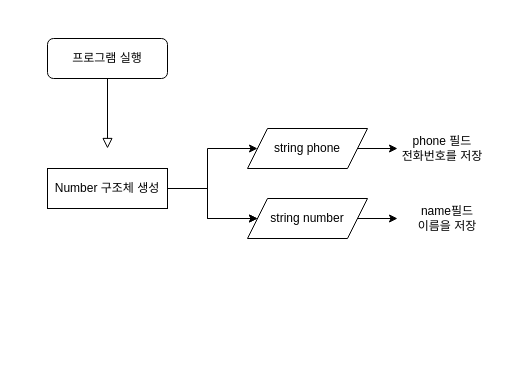
This is 소프트웨어공학 과제.drawio from kgr5013/kgr5013, a draw.io file, before an edit. Source tidied: cells renumbered, new cells numbered last; positions are measured from the earlier drawing's top-left corner, leaving out a move shared by most shapes. Both pictures are drawn from the tidied source at 100%, with x=0, y=0 at pixel (47, 38).
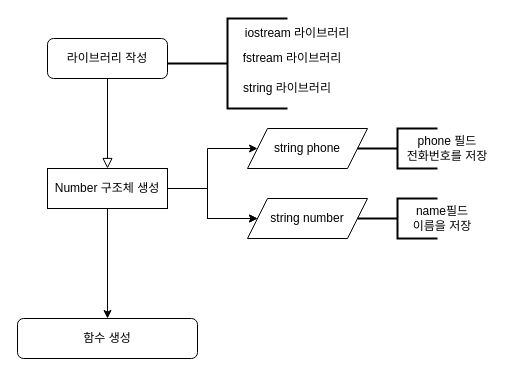
After the change.

Commit message:
소프트웨어공학 과제.drawio 업데이트

The change refers to these unchanged cells:
```xml
<mxCell id="7" value="Number 구조체 생성" style="rounded=0;whiteSpace=wrap;html=1;" parent="1" vertex="1">
  <mxGeometry y="130" width="120" height="40" as="geometry" />
</mxCell>
<mxCell id="9" value="string phone" style="shape=parallelogram;perimeter=parallelogramPerimeter;whiteSpace=wrap;html=1;fixedSize=1;" parent="1" vertex="1">
  <mxGeometry x="200" y="90" width="120" height="40" as="geometry" />
</mxCell>
<mxCell id="12" value="string number" style="shape=parallelogram;perimeter=parallelogramPerimeter;whiteSpace=wrap;html=1;fixedSize=1;direction=east;" parent="1" vertex="1">
  <mxGeometry x="200" y="160" width="120" height="40" as="geometry" />
</mxCell>
```

Diff of the diagram source:
```diff
@@
-    <mxCell id="2" style="rounded=0;html=1;jettySize=auto;fontSize=11;endArrow=block;endFill=0;endSize=8;strokeWidth=1;shadow=0;labelBackgroundColor=none;edgeStyle=orthogonalEdgeStyle;" parent="1" edge="1" source="3">
-      <mxGeometry relative="1" as="geometry">
-        <mxPoint x="60" y="110" as="targetPoint" />
-        <Array as="points">
-          <mxPoint x="60" y="110" />
-          <mxPoint x="60" y="110" />
-        </Array>
-      </mxGeometry>
+    <mxCell id="2" style="rounded=0;html=1;jettySize=auto;fontSize=11;endArrow=block;endFill=0;endSize=8;strokeWidth=1;shadow=0;labelBackgroundColor=none;edgeStyle=orthogonalEdgeStyle;entryX=0.5;entryY=0;entryDx=0;entryDy=0;" parent="1" edge="1" source="3" target="7">
+      <mxGeometry relative="1" as="geometry" />
     </mxCell>
-    <mxCell id="3" value="프로그램 실행" style="rounded=1;whiteSpace=wrap;html=1;fontSize=12;glass=0;strokeWidth=1;shadow=0;" parent="1" vertex="1">
+    <mxCell id="3" value="라이브러리 작성" style="rounded=1;whiteSpace=wrap;html=1;fontSize=12;glass=0;strokeWidth=1;shadow=0;" parent="1" vertex="1">
       <mxGeometry width="120" height="40" as="geometry" />
     </mxCell>
@@
+    <mxCell id="15" style="edgeStyle=orthogonalEdgeStyle;rounded=0;jettySize=auto;html=1;" parent="1" edge="1" source="7" target="22">
+      <mxGeometry relative="1" as="geometry" />
+    </mxCell>
@@
-    <mxCell id="8" style="edgeStyle=orthogonalEdgeStyle;rounded=0;jettySize=auto;html=1;" parent="1" edge="1" source="9" target="13">
-      <mxGeometry relative="1" as="geometry" />
-    </mxCell>
@@
-    <mxCell id="11" style="edgeStyle=orthogonalEdgeStyle;rounded=0;jettySize=auto;html=1;" parent="1" edge="1" source="12" target="14">
-      <mxGeometry relative="1" as="geometry" />
-    </mxCell>
@@
     <mxCell id="13" value="phone 필드&lt;div&gt;전화번호를 저장&lt;/div&gt;" style="text;html=1;align=center;verticalAlign=middle;whiteSpace=wrap;rounded=0;" parent="1" vertex="1">
-      <mxGeometry x="350" y="95" width="90" height="30" as="geometry" />
+      <mxGeometry x="355" y="95" width="90" height="30" as="geometry" />
     </mxCell>
     <mxCell id="14" value="name필드&lt;div&gt;이름을 저장&lt;/div&gt;" style="text;html=1;align=center;verticalAlign=middle;whiteSpace=wrap;rounded=0;" parent="1" vertex="1">
-      <mxGeometry x="350" y="165" width="100" height="30" as="geometry" />
+      <mxGeometry x="345" y="165" width="100" height="30" as="geometry" />
     </mxCell>
+    <mxCell id="16" style="strokeWidth=2;html=1;shape=mxgraph.flowchart.annotation_2;align=left;labelPosition=right;" parent="1" vertex="1">
+      <mxGeometry x="310" y="160" width="80" height="40" as="geometry" />
+    </mxCell>
+    <mxCell id="17" style="strokeWidth=2;html=1;shape=mxgraph.flowchart.annotation_2;align=left;labelPosition=right;" parent="1" vertex="1">
+      <mxGeometry x="310" y="90" width="80" height="40" as="geometry" />
+    </mxCell>
+    <mxCell id="18" value="iostream 라이브러리" style="text;html=1;align=center;verticalAlign=middle;whiteSpace=wrap;rounded=0;" parent="1" vertex="1">
+      <mxGeometry x="190" y="-20" width="120" height="30" as="geometry" />
+    </mxCell>
+    <mxCell id="19" value="fstream 라이브러리" style="text;html=1;align=center;verticalAlign=middle;whiteSpace=wrap;rounded=0;" parent="1" vertex="1">
+      <mxGeometry x="190" y="5" width="110" height="30" as="geometry" />
+    </mxCell>
+    <mxCell id="20" value="string 라이브러리" style="text;html=1;align=center;verticalAlign=middle;whiteSpace=wrap;rounded=0;" parent="1" vertex="1">
+      <mxGeometry x="180" y="35" width="120" height="30" as="geometry" />
+    </mxCell>
+    <mxCell id="21" style="strokeWidth=2;html=1;shape=mxgraph.flowchart.annotation_2;align=left;labelPosition=right;" parent="1" vertex="1">
+      <mxGeometry x="120" y="-20" width="120" height="90" as="geometry" />
+    </mxCell>
+    <mxCell id="22" value="함수 생성" style="rounded=1;whiteSpace=wrap;html=1;" parent="1" vertex="1">
+      <mxGeometry x="-30" y="280" width="180" height="40" as="geometry" />
+    </mxCell>
```
